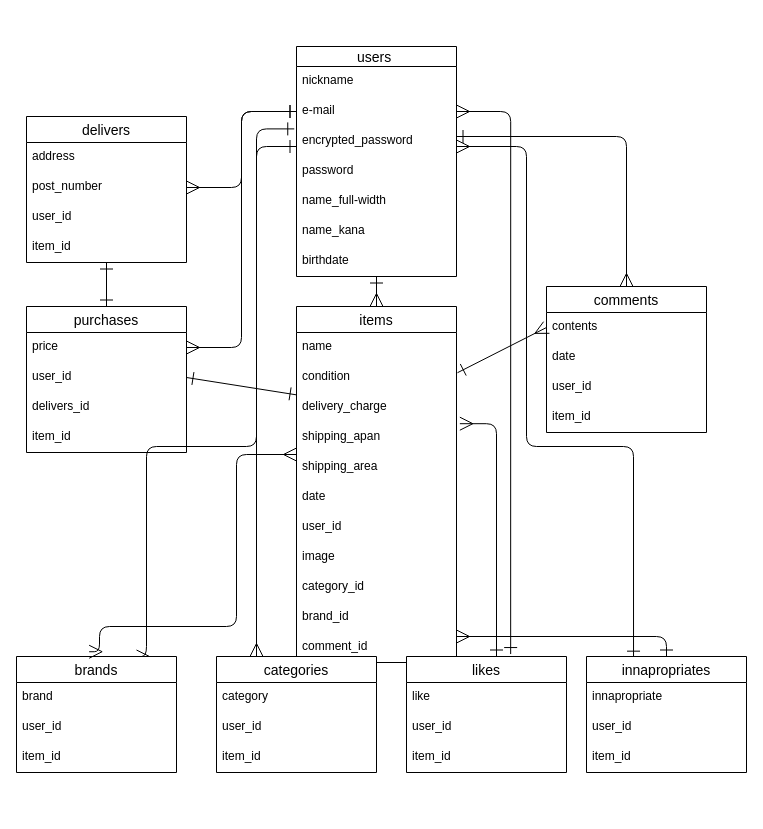
Before: ER.dio in eisuke-uefuji/furima-39759, a draw.io diagram. Source tidied: cells renumbered, new cells numbered last; positions are measured from the earlier drawing's top-left corner, leaving out a move shared by most shapes. Both pictures are drawn from the tidied source at 100%, with x=0, y=0 at pixel (16, 46).
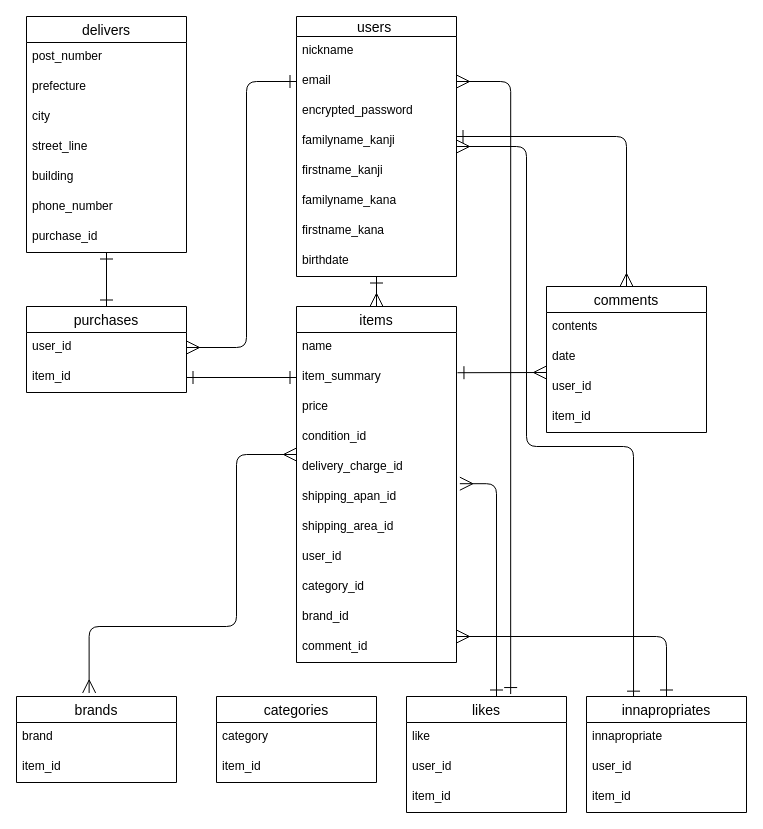
The same page after the edit.

The change refers to these unchanged cells:
```xml
<mxCell id="10" value="encrypted_password" style="text;strokeColor=none;fillColor=none;spacingLeft=4;spacingRight=4;overflow=hidden;points=[[0,0.5],[1,0.5]];portConstraint=eastwest;fontSize=12;" parent="7" vertex="1">
  <mxGeometry y="80" width="160" height="30" as="geometry" />
</mxCell>
<mxCell id="16" value="items" style="swimlane;fontStyle=0;horizontal=1;startSize=26;align=center;fontSize=14;" parent="1" vertex="1">
  <mxGeometry x="280" y="260" width="160" height="356" as="geometry" />
</mxCell>
<mxCell id="34" value="contents" style="text;strokeColor=none;fillColor=none;spacingLeft=4;spacingRight=4;overflow=hidden;points=[[0,0.5],[1,0.5]];portConstraint=eastwest;fontSize=12;" parent="33" vertex="1">
  <mxGeometry y="26" width="160" height="30" as="geometry" />
</mxCell>
```

The edit, as a diff of the source:
```diff
@@
-    <mxCell id="5" style="edgeStyle=orthogonalEdgeStyle;html=1;entryX=0.75;entryY=0;entryDx=0;entryDy=0;startArrow=ERone;startFill=0;endArrow=ERmany;endFill=0;startSize=11;endSize=11;" parent="1" edge="1" source="7" target="42">
-      <mxGeometry relative="1" as="geometry">
-        <Array as="points">
-          <mxPoint x="240" y="100" />
-          <mxPoint x="240" y="400" />
-          <mxPoint x="130" y="400" />
-        </Array>
-      </mxGeometry>
-    </mxCell>
-    <mxCell id="6" style="edgeStyle=orthogonalEdgeStyle;html=1;startArrow=ERone;startFill=0;endArrow=ERmany;endFill=0;startSize=11;endSize=11;entryX=0.25;entryY=0;entryDx=0;entryDy=0;exitX=-0.014;exitY=0.08;exitDx=0;exitDy=0;exitPerimeter=0;" parent="1" edge="1" source="10" target="38">
-      <mxGeometry relative="1" as="geometry" />
-    </mxCell>
     <mxCell id="7" value="users " style="swimlane;fontStyle=0;horizontal=1;startSize=20;align=center;fontSize=14;" parent="1" vertex="1">
-      <mxGeometry x="280" width="160" height="230" as="geometry" />
+      <mxGeometry x="280" y="-30" width="160" height="260" as="geometry" />
     </mxCell>
@@
-    <mxCell id="9" value="e-mail" style="text;strokeColor=none;fillColor=none;spacingLeft=4;spacingRight=4;overflow=hidden;points=[[0,0.5],[1,0.5]];portConstraint=eastwest;fontSize=12;" parent="7" vertex="1">
+    <mxCell id="9" value="email" style="text;strokeColor=none;fillColor=none;spacingLeft=4;spacingRight=4;overflow=hidden;points=[[0,0.5],[1,0.5]];portConstraint=eastwest;fontSize=12;" parent="7" vertex="1">
       <mxGeometry y="50" width="160" height="30" as="geometry" />
     </mxCell>
@@
-    <mxCell id="11" value="password" style="text;strokeColor=none;fillColor=none;spacingLeft=4;spacingRight=4;overflow=hidden;fontSize=12;" parent="7" vertex="1">
-      <mxGeometry y="110" width="160" height="30" as="geometry" />
-    </mxCell>
-    <mxCell id="12" value="name_full-width" style="text;strokeColor=none;fillColor=none;spacingLeft=4;spacingRight=4;overflow=hidden;fontSize=12;" parent="7" vertex="1">
-      <mxGeometry y="140" width="160" height="30" as="geometry" />
+    <mxCell id="12" value="familyname_kanji" style="text;strokeColor=none;fillColor=none;spacingLeft=4;spacingRight=4;overflow=hidden;fontSize=12;" parent="7" vertex="1">
+      <mxGeometry y="110" width="160" height="30" as="geometry" />
     </mxCell>
-    <mxCell id="13" value="name_kana" style="text;strokeColor=none;fillColor=none;spacingLeft=4;spacingRight=4;overflow=hidden;fontSize=12;" parent="7" vertex="1">
-      <mxGeometry y="170" width="160" height="30" as="geometry" />
+    <mxCell id="13" value="firstname_kanji" style="text;strokeColor=none;fillColor=none;spacingLeft=4;spacingRight=4;overflow=hidden;fontSize=12;" parent="7" vertex="1">
+      <mxGeometry y="140" width="160" height="30" as="geometry" />
     </mxCell>
+    <mxCell id="67" value="familyname_kana" style="text;strokeColor=none;fillColor=none;spacingLeft=4;spacingRight=4;overflow=hidden;fontSize=12;" parent="7" vertex="1">
+      <mxGeometry y="170" width="160" height="30" as="geometry" />
+    </mxCell>
+    <mxCell id="68" value="firstname_kana" style="text;strokeColor=none;fillColor=none;spacingLeft=4;spacingRight=4;overflow=hidden;fontSize=12;" parent="7" vertex="1">
+      <mxGeometry y="200" width="160" height="30" as="geometry" />
+    </mxCell>
     <mxCell id="14" value="birthdate" style="text;strokeColor=none;fillColor=none;spacingLeft=4;spacingRight=4;overflow=hidden;fontSize=12;" parent="7" vertex="1">
-      <mxGeometry y="200" width="160" height="30" as="geometry" />
+      <mxGeometry y="230" width="160" height="30" as="geometry" />
     </mxCell>
@@
+    <mxCell id="69" value="item_summary" style="text;strokeColor=none;fillColor=none;spacingLeft=4;spacingRight=4;overflow=hidden;points=[[0,0.5],[1,0.5]];portConstraint=eastwest;fontSize=12;" parent="16" vertex="1">
+      <mxGeometry y="56" width="160" height="30" as="geometry" />
+    </mxCell>
+    <mxCell id="29" value="price" style="text;strokeColor=none;fillColor=none;spacingLeft=4;spacingRight=4;overflow=hidden;points=[[0,0.5],[1,0.5]];portConstraint=eastwest;fontSize=12;" parent="16" vertex="1">
+      <mxGeometry y="86" width="160" height="30" as="geometry" />
+    </mxCell>
-    <mxCell id="18" value="condition" style="text;strokeColor=none;fillColor=none;spacingLeft=4;spacingRight=4;overflow=hidden;fontSize=12;" parent="16" vertex="1">
-      <mxGeometry y="56" width="160" height="30" as="geometry" />
+    <mxCell id="18" value="condition_id" style="text;strokeColor=none;fillColor=none;spacingLeft=4;spacingRight=4;overflow=hidden;fontSize=12;" parent="16" vertex="1">
+      <mxGeometry y="116" width="160" height="30" as="geometry" />
     </mxCell>
-    <mxCell id="19" value="delivery_charge" style="text;strokeColor=none;fillColor=none;spacingLeft=4;spacingRight=4;overflow=hidden;points=[[0,0.5],[1,0.5]];portConstraint=eastwest;fontSize=12;" parent="16" vertex="1">
-      <mxGeometry y="86" width="160" height="30" as="geometry" />
+    <mxCell id="19" value="delivery_charge_id" style="text;strokeColor=none;fillColor=none;spacingLeft=4;spacingRight=4;overflow=hidden;points=[[0,0.5],[1,0.5]];portConstraint=eastwest;fontSize=12;" parent="16" vertex="1">
+      <mxGeometry y="146" width="160" height="30" as="geometry" />
     </mxCell>
-    <mxCell id="20" value="shipping_apan" style="text;strokeColor=none;fillColor=none;spacingLeft=4;spacingRight=4;overflow=hidden;points=[[0,0.5],[1,0.5]];portConstraint=eastwest;fontSize=12;" parent="16" vertex="1">
-      <mxGeometry y="116" width="160" height="30" as="geometry" />
+    <mxCell id="20" value="shipping_apan_id" style="text;strokeColor=none;fillColor=none;spacingLeft=4;spacingRight=4;overflow=hidden;points=[[0,0.5],[1,0.5]];portConstraint=eastwest;fontSize=12;" parent="16" vertex="1">
+      <mxGeometry y="176" width="160" height="30" as="geometry" />
     </mxCell>
-    <mxCell id="21" value="shipping_area" style="text;strokeColor=none;fillColor=none;spacingLeft=4;spacingRight=4;overflow=hidden;fontSize=12;" parent="16" vertex="1">
-      <mxGeometry y="146" width="160" height="30" as="geometry" />
+    <mxCell id="21" value="shipping_area_id" style="text;strokeColor=none;fillColor=none;spacingLeft=4;spacingRight=4;overflow=hidden;fontSize=12;" parent="16" vertex="1">
+      <mxGeometry y="206" width="160" height="30" as="geometry" />
     </mxCell>
-    <mxCell id="22" value="date" style="text;strokeColor=none;fillColor=none;spacingLeft=4;spacingRight=4;overflow=hidden;fontSize=12;" parent="16" vertex="1">
-      <mxGeometry y="176" width="160" height="30" as="geometry" />
-    </mxCell>
     <mxCell id="23" value="user_id" style="text;strokeColor=none;fillColor=none;spacingLeft=4;spacingRight=4;overflow=hidden;fontSize=12;" parent="16" vertex="1">
-      <mxGeometry y="206" width="160" height="30" as="geometry" />
+      <mxGeometry y="236" width="160" height="30" as="geometry" />
     </mxCell>
-    <mxCell id="24" value="image" style="text;strokeColor=none;fillColor=none;spacingLeft=4;spacingRight=4;overflow=hidden;fontSize=12;" parent="16" vertex="1">
-      <mxGeometry y="236" width="160" height="30" as="geometry" />
-    </mxCell>
@@
     <mxCell id="28" value="purchases" style="swimlane;fontStyle=0;horizontal=1;startSize=26;align=center;fontSize=14;" parent="1" vertex="1">
-      <mxGeometry x="10" y="260" width="160" height="146" as="geometry" />
+      <mxGeometry x="10" y="260" width="160" height="86" as="geometry" />
     </mxCell>
-    <mxCell id="29" value="price" style="text;strokeColor=none;fillColor=none;spacingLeft=4;spacingRight=4;overflow=hidden;points=[[0,0.5],[1,0.5]];portConstraint=eastwest;fontSize=12;" parent="28" vertex="1">
-      <mxGeometry y="26" width="160" height="30" as="geometry" />
-    </mxCell>
     <mxCell id="30" value="user_id " style="text;strokeColor=none;fillColor=none;spacingLeft=4;spacingRight=4;overflow=hidden;points=[[0,0.5],[1,0.5]];portConstraint=eastwest;fontSize=12;" parent="28" vertex="1">
-      <mxGeometry y="56" width="160" height="30" as="geometry" />
+      <mxGeometry y="26" width="160" height="30" as="geometry" />
     </mxCell>
-    <mxCell id="31" value="delivers_id" style="text;strokeColor=none;fillColor=none;spacingLeft=4;spacingRight=4;overflow=hidden;fontSize=12;" parent="28" vertex="1">
-      <mxGeometry y="86" width="160" height="30" as="geometry" />
-    </mxCell>
     <mxCell id="32" value="item_id" style="text;strokeColor=none;fillColor=none;spacingLeft=4;spacingRight=4;overflow=hidden;points=[[0,0.5],[1,0.5]];portConstraint=eastwest;fontSize=12;" parent="28" vertex="1">
-      <mxGeometry y="116" width="160" height="30" as="geometry" />
+      <mxGeometry y="56" width="160" height="30" as="geometry" />
     </mxCell>
@@
     <mxCell id="38" value="categories" style="swimlane;fontStyle=0;horizontal=1;startSize=26;align=center;fontSize=14;" parent="1" vertex="1">
-      <mxGeometry x="200" y="610" width="160" height="116" as="geometry" />
+      <mxGeometry x="200" y="650" width="160" height="86" as="geometry" />
     </mxCell>
@@
-    <mxCell id="40" value="user_id" style="text;strokeColor=none;fillColor=none;spacingLeft=4;spacingRight=4;overflow=hidden;fontSize=12;" parent="38" vertex="1">
-      <mxGeometry y="56" width="160" height="30" as="geometry" />
-    </mxCell>
     <mxCell id="41" value="item_id" style="text;strokeColor=none;fillColor=none;spacingLeft=4;spacingRight=4;overflow=hidden;fontSize=12;" parent="38" vertex="1">
-      <mxGeometry y="86" width="160" height="30" as="geometry" />
+      <mxGeometry y="56" width="160" height="30" as="geometry" />
     </mxCell>
     <mxCell id="42" value="brands" style="swimlane;fontStyle=0;horizontal=1;startSize=26;align=center;fontSize=14;" parent="1" vertex="1">
-      <mxGeometry y="610" width="160" height="116" as="geometry" />
+      <mxGeometry y="650" width="160" height="86" as="geometry" />
     </mxCell>
@@
-    <mxCell id="44" value="user_id" style="text;strokeColor=none;fillColor=none;spacingLeft=4;spacingRight=4;overflow=hidden;fontSize=12;" parent="42" vertex="1">
-      <mxGeometry y="56" width="160" height="30" as="geometry" />
-    </mxCell>
     <mxCell id="45" value="item_id" style="text;strokeColor=none;fillColor=none;spacingLeft=4;spacingRight=4;overflow=hidden;fontSize=12;" parent="42" vertex="1">
-      <mxGeometry y="86" width="160" height="30" as="geometry" />
+      <mxGeometry y="56" width="160" height="30" as="geometry" />
     </mxCell>
@@
     <mxCell id="47" value="delivers" style="swimlane;fontStyle=0;horizontal=1;startSize=26;align=center;fontSize=14;" parent="1" vertex="1">
-      <mxGeometry x="10" y="70" width="160" height="146" as="geometry" />
+      <mxGeometry x="10" y="-30" width="160" height="236" as="geometry" />
     </mxCell>
+    <mxCell id="49" value="post_number" style="text;strokeColor=none;fillColor=none;spacingLeft=4;spacingRight=4;overflow=hidden;points=[[0,0.5],[1,0.5]];portConstraint=eastwest;fontSize=12;" parent="47" vertex="1">
+      <mxGeometry y="26" width="160" height="30" as="geometry" />
+    </mxCell>
-    <mxCell id="48" value="address" style="text;strokeColor=none;fillColor=none;spacingLeft=4;spacingRight=4;overflow=hidden;fontSize=12;" parent="47" vertex="1">
-      <mxGeometry y="26" width="160" height="30" as="geometry" />
+    <mxCell id="48" value="prefecture" style="text;strokeColor=none;fillColor=none;spacingLeft=4;spacingRight=4;overflow=hidden;fontSize=12;" parent="47" vertex="1">
+      <mxGeometry y="56" width="160" height="30" as="geometry" />
     </mxCell>
-    <mxCell id="49" value="post_number" style="text;strokeColor=none;fillColor=none;spacingLeft=4;spacingRight=4;overflow=hidden;points=[[0,0.5],[1,0.5]];portConstraint=eastwest;fontSize=12;" parent="47" vertex="1">
-      <mxGeometry y="56" width="160" height="30" as="geometry" />
-    </mxCell>
+    <mxCell id="70" value="city" style="text;strokeColor=none;fillColor=none;spacingLeft=4;spacingRight=4;overflow=hidden;fontSize=12;" parent="47" vertex="1">
+      <mxGeometry y="86" width="160" height="30" as="geometry" />
+    </mxCell>
+    <mxCell id="71" value="street_line" style="text;strokeColor=none;fillColor=none;spacingLeft=4;spacingRight=4;overflow=hidden;fontSize=12;" parent="47" vertex="1">
+      <mxGeometry y="116" width="160" height="30" as="geometry" />
+    </mxCell>
-    <mxCell id="50" value="user_id" style="text;strokeColor=none;fillColor=none;spacingLeft=4;spacingRight=4;overflow=hidden;fontSize=12;" parent="47" vertex="1">
-      <mxGeometry y="86" width="160" height="30" as="geometry" />
+    <mxCell id="50" value="building" style="text;strokeColor=none;fillColor=none;spacingLeft=4;spacingRight=4;overflow=hidden;fontSize=12;" parent="47" vertex="1">
+      <mxGeometry y="146" width="160" height="30" as="geometry" />
     </mxCell>
-    <mxCell id="51" value="item_id" style="text;strokeColor=none;fillColor=none;spacingLeft=4;spacingRight=4;overflow=hidden;fontSize=12;" parent="47" vertex="1">
-      <mxGeometry y="116" width="160" height="30" as="geometry" />
-    </mxCell>
+    <mxCell id="72" value="phone_number" style="text;strokeColor=none;fillColor=none;spacingLeft=4;spacingRight=4;overflow=hidden;fontSize=12;" parent="47" vertex="1">
+      <mxGeometry y="176" width="160" height="30" as="geometry" />
+    </mxCell>
+    <mxCell id="73" value="purchase_id" style="text;strokeColor=none;fillColor=none;spacingLeft=4;spacingRight=4;overflow=hidden;fontSize=12;" parent="47" vertex="1">
+      <mxGeometry y="206" width="160" height="30" as="geometry" />
+    </mxCell>
     <mxCell id="52" style="edgeStyle=orthogonalEdgeStyle;html=1;entryX=1.021;entryY=0.04;entryDx=0;entryDy=0;entryPerimeter=0;startArrow=ERone;startFill=0;endArrow=ERmany;endFill=0;startSize=11;endSize=11;" parent="1" edge="1" source="53" target="20">
       <mxGeometry relative="1" as="geometry">
         <Array as="points">
-          <mxPoint x="480" y="377" />
+          <mxPoint x="480" y="437" />
         </Array>
       </mxGeometry>
     </mxCell>
     <mxCell id="53" value="likes" style="swimlane;fontStyle=0;horizontal=1;startSize=26;align=center;fontSize=14;" parent="1" vertex="1">
-      <mxGeometry x="390" y="610" width="160" height="116" as="geometry" />
+      <mxGeometry x="390" y="650" width="160" height="116" as="geometry" />
     </mxCell>
@@
     <mxCell id="57" value="innapropriates" style="swimlane;fontStyle=0;horizontal=1;startSize=26;align=center;fontSize=14;" parent="1" vertex="1">
-      <mxGeometry x="570" y="610" width="160" height="116" as="geometry" />
+      <mxGeometry x="570" y="650" width="160" height="116" as="geometry" />
     </mxCell>
@@
-    <mxCell id="61" style="edgeStyle=none;html=1;exitX=1.006;exitY=0.186;exitDx=0;exitDy=0;entryX=0;entryY=0.5;entryDx=0;entryDy=0;endArrow=ERmany;endFill=0;startArrow=ERone;startFill=0;endSize=11;startSize=11;exitPerimeter=0;" parent="1" edge="1" source="16" target="34">
-      <mxGeometry relative="1" as="geometry" />
+    <mxCell id="61" style="edgeStyle=none;html=1;exitX=1.006;exitY=0.186;exitDx=0;exitDy=0;endArrow=ERmany;endFill=0;startArrow=ERone;startFill=0;endSize=11;startSize=11;exitPerimeter=0;" parent="1" edge="1" source="16">
+      <mxGeometry relative="1" as="geometry">
+        <mxPoint x="530" y="326" as="targetPoint" />
+      </mxGeometry>
     </mxCell>
     <mxCell id="62" style="edgeStyle=orthogonalEdgeStyle;html=1;entryX=0.454;entryY=-0.041;entryDx=0;entryDy=0;entryPerimeter=0;startArrow=ERmany;startFill=0;endArrow=ERmany;endFill=0;startSize=11;endSize=11;" parent="1" edge="1" target="42">
       <mxGeometry relative="1" as="geometry">
         <mxPoint x="280" y="408" as="sourcePoint" />
         <Array as="points">
           <mxPoint x="220" y="408" />
           <mxPoint x="220" y="580" />
-          <mxPoint x="83" y="580" />
-          <mxPoint x="83" y="605" />
+          <mxPoint x="73" y="580" />
         </Array>
       </mxGeometry>
     </mxCell>
-    <mxCell id="63" style="edgeStyle=none;html=1;entryX=1;entryY=0.5;entryDx=0;entryDy=0;startArrow=ERone;startFill=0;endArrow=ERone;endFill=0;startSize=11;endSize=11;" parent="1" edge="1" source="19" target="30">
+    <mxCell id="63" style="edgeStyle=none;html=1;entryX=1;entryY=0.5;entryDx=0;entryDy=0;startArrow=ERone;startFill=0;endArrow=ERone;endFill=0;startSize=11;endSize=11;exitX=0;exitY=0.5;exitDx=0;exitDy=0;" parent="1" edge="1" source="69" target="32">
       <mxGeometry relative="1" as="geometry" />
     </mxCell>
@@
-    <mxCell id="65" style="edgeStyle=orthogonalEdgeStyle;html=1;entryX=1;entryY=0.5;entryDx=0;entryDy=0;startArrow=ERone;startFill=0;endArrow=ERmany;endFill=0;startSize=11;endSize=11;" parent="1" edge="1" source="9" target="49">
-      <mxGeometry relative="1" as="geometry" />
-    </mxCell>
-    <mxCell id="66" style="edgeStyle=orthogonalEdgeStyle;html=1;entryX=1;entryY=0.5;entryDx=0;entryDy=0;startArrow=ERone;startFill=0;endArrow=ERmany;endFill=0;startSize=11;endSize=11;exitX=0;exitY=0.5;exitDx=0;exitDy=0;" parent="1" edge="1" source="9" target="29">
-      <mxGeometry relative="1" as="geometry" />
+    <mxCell id="66" style="edgeStyle=orthogonalEdgeStyle;html=1;entryX=1;entryY=0.5;entryDx=0;entryDy=0;startArrow=ERone;startFill=0;endArrow=ERmany;endFill=0;startSize=11;endSize=11;exitX=0;exitY=0.5;exitDx=0;exitDy=0;" parent="1" edge="1" source="9">
+      <mxGeometry relative="1" as="geometry">
+        <mxPoint x="170" y="301" as="targetPoint" />
+        <Array as="points">
+          <mxPoint x="230" y="35" />
+          <mxPoint x="230" y="301" />
+        </Array>
+      </mxGeometry>
     </mxCell>
```
